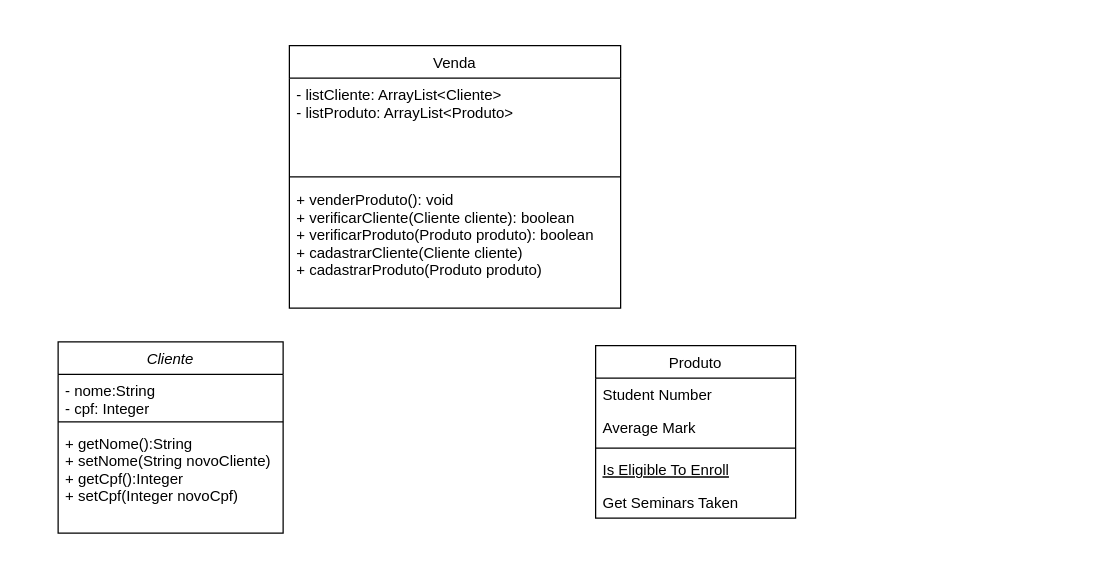
The draw.io diagram engenhariaSW/Diagrama de Classes UML.drawio in PedroBozzano/Bertoti, before the edit. Source tidied: cells renumbered, new cells numbered last; positions are measured from the earlier drawing's top-left corner, leaving out a move shared by most shapes. Both pictures are drawn from the tidied source at 125%, with x=0, y=0 at pixel (58, 45).
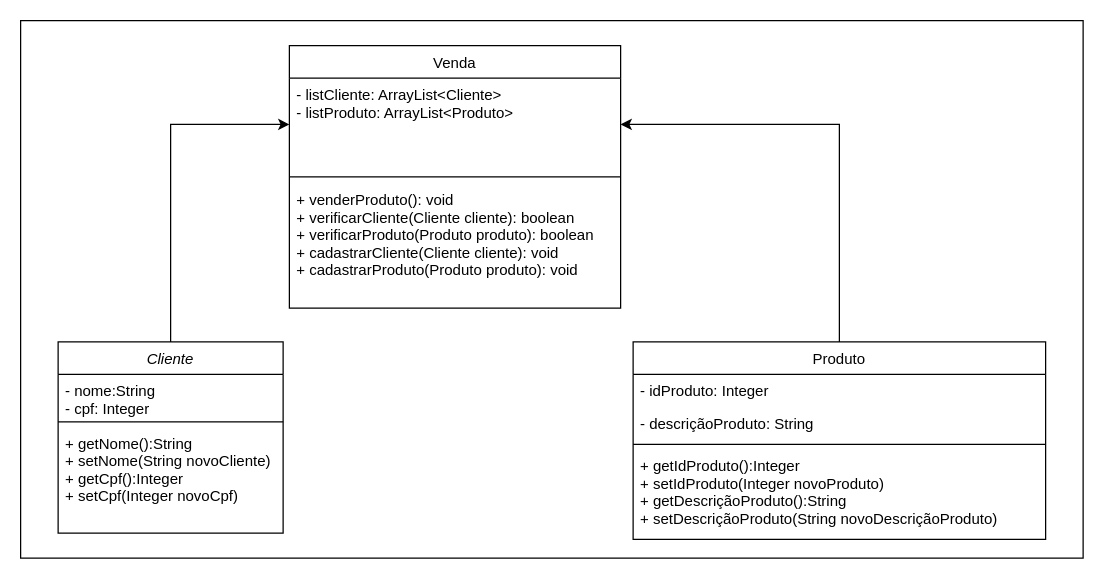
After the change.

The change refers to these unchanged cells:
```xml
<mxCell id="2" value="Cliente" style="swimlane;fontStyle=2;align=center;verticalAlign=top;horizontal=1;startSize=26;rounded=0;shadow=0;strokeWidth=1;" parent="1" vertex="1">
  <mxGeometry y="237" width="180" height="153" as="geometry" />
</mxCell>
<mxCell id="12" value="Venda" style="swimlane;fontStyle=0;align=center;verticalAlign=top;horizontal=1;startSize=26;rounded=0;shadow=0;strokeWidth=1;" parent="1" vertex="1">
  <mxGeometry x="185" width="265" height="210" as="geometry" />
</mxCell>
<mxCell id="13" value="- listCliente: ArrayList&lt;Cliente&gt;&#10;- listProduto: ArrayList&lt;Produto&gt;" style="text;align=left;verticalAlign=top;spacingLeft=4;spacingRight=4;overflow=hidden;points=[[0,0.5],[1,0.5]];portConstraint=eastwest;" parent="12" vertex="1">
  <mxGeometry y="26" width="265" height="74" as="geometry" />
</mxCell>
```

The edit, as a diff of the source:
```diff
@@
+    <mxCell id="16" style="rounded=0;whiteSpace=wrap;html=1;" parent="1" vertex="1">
+      <mxGeometry x="-30" y="-20" width="850" height="430" as="geometry" />
+    </mxCell>
@@
     <mxCell id="6" value="Produto" style="swimlane;fontStyle=0;align=center;verticalAlign=top;horizontal=1;startSize=26;rounded=0;shadow=0;strokeWidth=1;" parent="1" vertex="1">
-      <mxGeometry x="430" y="240" width="160" height="138" as="geometry" />
+      <mxGeometry x="460" y="237" width="330" height="158" as="geometry" />
     </mxCell>
-    <mxCell id="7" value="Student Number" style="text;align=left;verticalAlign=top;spacingLeft=4;spacingRight=4;overflow=hidden;" parent="6" vertex="1">
-      <mxGeometry y="26" width="160" height="26" as="geometry" />
+    <mxCell id="7" value="- idProduto: Integer" style="text;align=left;verticalAlign=top;spacingLeft=4;spacingRight=4;overflow=hidden;" parent="6" vertex="1">
+      <mxGeometry y="26" width="330" height="26" as="geometry" />
     </mxCell>
-    <mxCell id="8" value="Average Mark" style="text;align=left;verticalAlign=top;spacingLeft=4;spacingRight=4;overflow=hidden;rounded=0;shadow=0;html=0;" parent="6" vertex="1">
-      <mxGeometry y="52" width="160" height="26" as="geometry" />
+    <mxCell id="8" value="- descriçãoProduto: String" style="text;align=left;verticalAlign=top;spacingLeft=4;spacingRight=4;overflow=hidden;rounded=0;shadow=0;html=0;" parent="6" vertex="1">
+      <mxGeometry y="52" width="330" height="26" as="geometry" />
     </mxCell>
     <mxCell id="9" style="line;html=1;strokeWidth=1;align=left;verticalAlign=middle;spacingTop=-1;spacingLeft=3;spacingRight=3;labelPosition=right;" parent="6" vertex="1">
-      <mxGeometry y="78" width="160" height="8" as="geometry" />
+      <mxGeometry y="78" width="330" height="8" as="geometry" />
     </mxCell>
-    <mxCell id="10" value="Is Eligible To Enroll" style="text;align=left;verticalAlign=top;spacingLeft=4;spacingRight=4;overflow=hidden;fontStyle=4;" parent="6" vertex="1">
-      <mxGeometry y="86" width="160" height="26" as="geometry" />
-    </mxCell>
-    <mxCell id="11" value="Get Seminars Taken" style="text;align=left;verticalAlign=top;spacingLeft=4;spacingRight=4;overflow=hidden;" parent="6" vertex="1">
-      <mxGeometry y="112" width="160" height="26" as="geometry" />
-    </mxCell>
+    <mxCell id="17" value="+ getIdProduto():Integer&#10;+ setIdProduto(Integer novoProduto)&#10;+ getDescriçãoProduto():String&#10;+ setDescriçãoProduto(String novoDescriçãoProduto)" style="text;align=left;verticalAlign=top;spacingLeft=4;spacingRight=4;overflow=hidden;" parent="6" vertex="1">
+      <mxGeometry y="86" width="330" height="72" as="geometry" />
+    </mxCell>
@@
-    <mxCell id="15" value="+ venderProduto(): void&#10;+ verificarCliente(Cliente cliente): boolean&#10;+ verificarProduto(Produto produto): boolean&#10;+ cadastrarCliente(Cliente cliente)&#10;+ cadastrarProduto(Produto produto)" style="text;align=left;verticalAlign=top;spacingLeft=4;spacingRight=4;overflow=hidden;" parent="12" vertex="1">
+    <mxCell id="15" value="+ venderProduto(): void&#10;+ verificarCliente(Cliente cliente): boolean&#10;+ verificarProduto(Produto produto): boolean&#10;+ cadastrarCliente(Cliente cliente): void&#10;+ cadastrarProduto(Produto produto): void" style="text;align=left;verticalAlign=top;spacingLeft=4;spacingRight=4;overflow=hidden;" parent="12" vertex="1">
       <mxGeometry y="110" width="265" height="100" as="geometry" />
     </mxCell>
+    <mxCell id="18" style="endArrow=classic;html=1;rounded=0;exitX=0.5;exitY=0;exitDx=0;exitDy=0;entryX=0;entryY=0.5;entryDx=0;entryDy=0;" parent="1" edge="1" source="2" target="13">
+      <mxGeometry relative="1" as="geometry">
+        <Array as="points">
+          <mxPoint x="90" y="63" />
+        </Array>
+      </mxGeometry>
+    </mxCell>
+    <mxCell id="19" style="endArrow=classic;html=1;rounded=0;exitX=0.5;exitY=0;exitDx=0;exitDy=0;entryX=1;entryY=0.5;entryDx=0;entryDy=0;" parent="1" edge="1" source="6" target="13">
+      <mxGeometry relative="1" as="geometry">
+        <Array as="points">
+          <mxPoint x="625" y="63" />
+        </Array>
+      </mxGeometry>
+    </mxCell>
```
